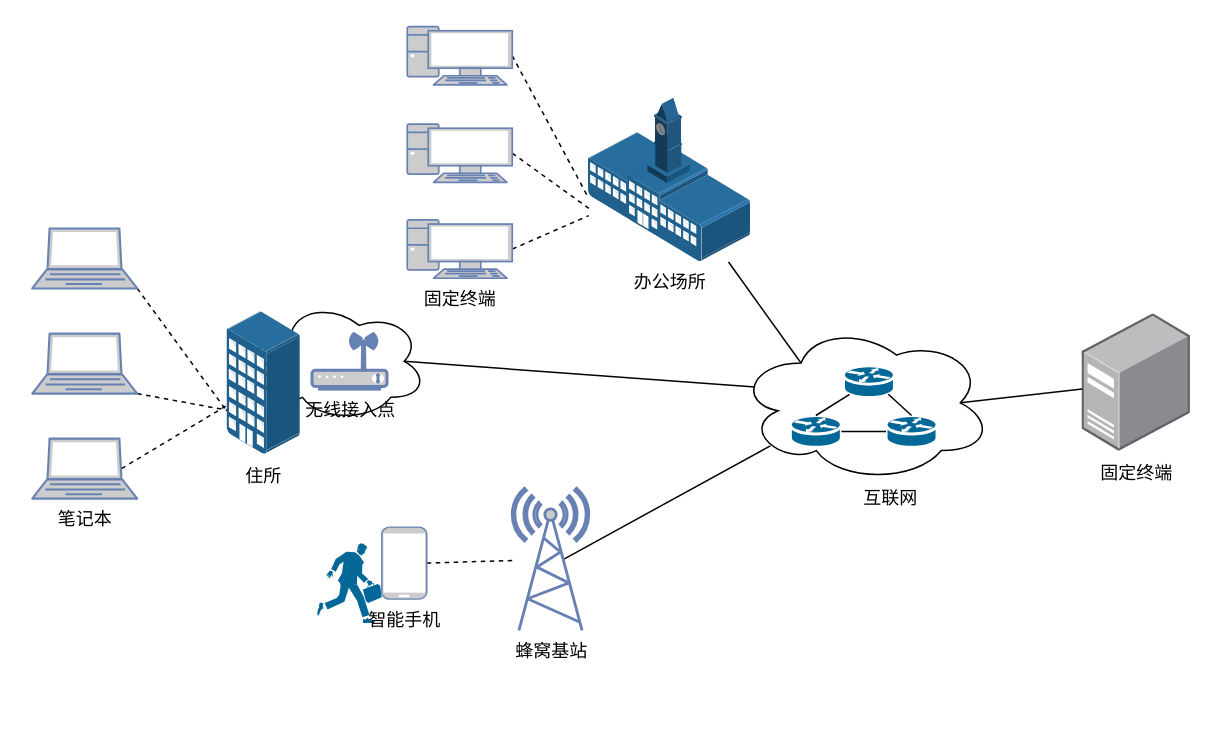
The draw.io diagram page "动态网络场景图" (3 of 6) of 移动互联网场景图.drawio in Icarus1994/neutron_conf, before the edit. Source tidied: cells renumbered, new cells numbered last; positions are measured from the earlier drawing's top-left corner, leaving out a move shared by most shapes. Both pictures are drawn from the tidied source at 150%, with x=0, y=0 at pixel (32, 26). Pictures stored in the file or linked from it are replaced by grey dashed boxes.
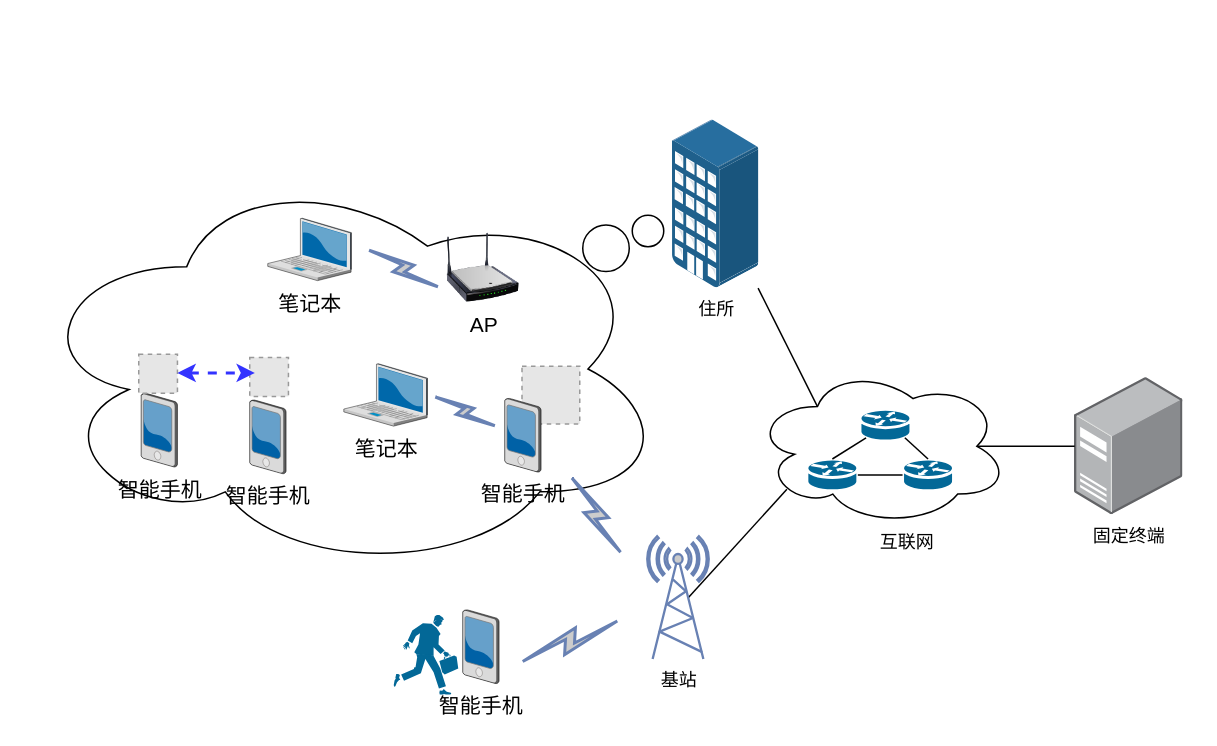
Above is the later version.

Unchanged cells that the change refers to:
```xml
<mxCell id="33" style="ellipse;shape=cloud;whiteSpace=wrap;html=1;rounded=0;shadow=0;strokeColor=#000000;fillColor=none;gradientColor=none;" parent="26" vertex="1">
  <mxGeometry width="170" height="106.1" as="geometry" />
</mxCell>
```

What changed in the source:
```diff
@@
+    <mxCell id="36" style="ellipse;shape=cloud;whiteSpace=wrap;html=1;" parent="1" vertex="1">
+      <mxGeometry x="-4" y="92" width="428" height="273" as="geometry" />
+    </mxCell>
+    <mxCell id="37" style="fillColor=#E6E6E6;strokeColor=#999999;dashed=1;verticalLabelPosition=bottom;verticalAlign=top;" parent="1" vertex="1">
+      <mxGeometry x="326.5" y="226.6" width="38.5" height="38.5" as="geometry" />
+    </mxCell>
-    <mxCell id="2" style="edgeStyle=none;rounded=0;jettySize=auto;html=1;exitX=0.875;exitY=0.5;exitDx=0;exitDy=0;exitPerimeter=0;entryX=0.07;entryY=0.4;entryDx=0;entryDy=0;entryPerimeter=0;startArrow=none;startFill=0;endArrow=none;endFill=0;" parent="1" edge="1" source="3" target="33">
+    <mxCell id="2" style="edgeStyle=none;rounded=0;jettySize=auto;html=1;entryX=0.25;entryY=0.25;entryDx=0;entryDy=0;entryPerimeter=0;startArrow=none;startFill=0;endArrow=none;endFill=0;" parent="1" edge="1" source="5" target="33">
       <mxGeometry relative="1" as="geometry" />
     </mxCell>
-    <mxCell id="3" style="ellipse;shape=cloud;whiteSpace=wrap;html=1;rounded=0;shadow=0;strokeColor=#000000;fillColor=none;gradientColor=none;" parent="1" vertex="1">
-      <mxGeometry x="143" y="183.4" width="120" height="80" as="geometry" />
-    </mxCell>
-    <mxCell id="4" value="办公场所" style="points=[];html=1;align=center;shadow=0;dashed=0;image;image=img/lib/allied_telesis/buildings/School_Building.svg;rounded=0;strokeColor=#000000;fillColor=none;gradientColor=none;" parent="1" vertex="1">
-      <mxGeometry x="371" y="48" width="108" height="109.2" as="geometry" />
-    </mxCell>
     <mxCell id="5" value="住所" style="points=[];html=1;align=center;shadow=0;dashed=0;image;image=img/lib/allied_telesis/buildings/Apartments.svg;rounded=0;strokeColor=#000000;fillColor=none;gradientColor=none;" parent="1" vertex="1">
-      <mxGeometry x="130" y="190.5" width="48.9" height="95" as="geometry" />
+      <mxGeometry x="427" y="62.6" width="57.6" height="112" as="geometry" />
     </mxCell>
     <mxCell id="6" style="shape=mxgraph.cisco.people.running_man;html=1;dashed=0;fillColor=#036897;strokeColor=#ffffff;strokeWidth=2;verticalLabelPosition=bottom;verticalAlign=top;align=center;rounded=0;shadow=0;" parent="1" vertex="1">
-      <mxGeometry x="190" y="344.9" width="43" height="53" as="geometry" />
+      <mxGeometry x="241" y="392.5" width="43" height="53" as="geometry" />
     </mxCell>
-    <mxCell id="7" style="edgeStyle=none;rounded=0;jettySize=auto;html=1;exitX=0.25;exitY=0.25;exitDx=0;exitDy=0;exitPerimeter=0;startArrow=none;startFill=0;endArrow=none;endFill=0;" parent="1" edge="1" source="33" target="4">
-      <mxGeometry relative="1" as="geometry" />
-    </mxCell>
-    <mxCell id="8" style="edgeStyle=none;rounded=0;jettySize=auto;html=1;exitX=1;exitY=0.5;exitDx=0;exitDy=0;exitPerimeter=0;dashed=1;startArrow=none;startFill=0;endArrow=none;endFill=0;entryX=-0.009;entryY=0.595;entryDx=0;entryDy=0;entryPerimeter=0;" parent="1" edge="1" source="9" target="4">
-      <mxGeometry relative="1" as="geometry" />
-    </mxCell>
-    <mxCell id="9" style="fontColor=#0066CC;verticalAlign=top;verticalLabelPosition=bottom;labelPosition=center;align=center;html=1;outlineConnect=0;fillColor=#CCCCCC;strokeColor=#6881B3;gradientColor=none;gradientDirection=north;strokeWidth=2;shape=mxgraph.networks.pc;rounded=0;shadow=0;" parent="1" vertex="1">
-      <mxGeometry x="250" y="0.2" width="70" height="38.9" as="geometry" />
-    </mxCell>
-    <mxCell id="10" style="edgeStyle=none;rounded=0;jettySize=auto;html=1;exitX=1;exitY=0.5;exitDx=0;exitDy=0;exitPerimeter=0;dashed=1;startArrow=none;startFill=0;endArrow=none;endFill=0;" parent="1" edge="1" source="11" target="4">
-      <mxGeometry relative="1" as="geometry" />
-    </mxCell>
-    <mxCell id="11" value="&lt;font color=&quot;#000000&quot;&gt;固定终端&lt;/font&gt;" style="fontColor=#0066CC;verticalAlign=top;verticalLabelPosition=bottom;labelPosition=center;align=center;html=1;outlineConnect=0;fillColor=#CCCCCC;strokeColor=#6881B3;gradientColor=none;gradientDirection=north;strokeWidth=2;shape=mxgraph.networks.pc;rounded=0;shadow=0;" parent="1" vertex="1">
-      <mxGeometry x="250" y="129.1" width="70" height="38.9" as="geometry" />
-    </mxCell>
-    <mxCell id="12" style="edgeStyle=none;rounded=0;jettySize=auto;html=1;exitX=1;exitY=0.5;exitDx=0;exitDy=0;exitPerimeter=0;dashed=1;startArrow=none;startFill=0;endArrow=none;endFill=0;entryX=0.009;entryY=0.678;entryDx=0;entryDy=0;entryPerimeter=0;" parent="1" edge="1" source="13" target="4">
-      <mxGeometry relative="1" as="geometry" />
-    </mxCell>
-    <mxCell id="13" style="fontColor=#0066CC;verticalAlign=top;verticalLabelPosition=bottom;labelPosition=center;align=center;html=1;outlineConnect=0;fillColor=#CCCCCC;strokeColor=#6881B3;gradientColor=none;gradientDirection=north;strokeWidth=2;shape=mxgraph.networks.pc;rounded=0;shadow=0;" parent="1" vertex="1">
-      <mxGeometry x="250" y="65.2" width="70" height="38.9" as="geometry" />
-    </mxCell>
-    <mxCell id="14" style="edgeStyle=none;rounded=0;jettySize=auto;html=1;exitX=0.85;exitY=0.5;exitDx=0;exitDy=0;exitPerimeter=0;dashed=1;startArrow=none;startFill=0;endArrow=none;endFill=0;" parent="1" edge="1" source="15" target="5">
-      <mxGeometry relative="1" as="geometry" />
-    </mxCell>
-    <mxCell id="15" value="&lt;font color=&quot;#000000&quot;&gt;笔记本&lt;/font&gt;" style="fontColor=#0066CC;verticalAlign=top;verticalLabelPosition=bottom;labelPosition=center;align=center;html=1;outlineConnect=0;fillColor=#CCCCCC;strokeColor=#6881B3;gradientColor=none;gradientDirection=north;strokeWidth=2;shape=mxgraph.networks.laptop;rounded=0;shadow=0;" parent="1" vertex="1">
-      <mxGeometry y="274.9" width="70" height="40" as="geometry" />
-    </mxCell>
-    <mxCell id="16" value="&lt;font color=&quot;#000000&quot;&gt;无线接入点&lt;/font&gt;" style="fontColor=#0066CC;verticalAlign=top;verticalLabelPosition=bottom;labelPosition=center;align=center;html=1;fillColor=#CCCCCC;strokeColor=#6881B3;gradientColor=none;gradientDirection=north;strokeWidth=2;shape=mxgraph.networks.wireless_modem;rounded=0;shadow=0;" parent="1" vertex="1">
-      <mxGeometry x="186.5" y="204.9" width="50" height="37" as="geometry" />
-    </mxCell>
-    <mxCell id="17" style="edgeStyle=none;rounded=0;jettySize=auto;html=1;exitX=1;exitY=0.5;exitDx=0;exitDy=0;exitPerimeter=0;startArrow=none;startFill=0;endArrow=none;endFill=0;dashed=1;" parent="1" edge="1" source="18" target="20">
-      <mxGeometry relative="1" as="geometry" />
-    </mxCell>
-    <mxCell id="18" value="&lt;font color=&quot;#000000&quot;&gt;智能手机&lt;/font&gt;" style="fontColor=#0066CC;verticalAlign=top;verticalLabelPosition=bottom;labelPosition=center;align=center;html=1;outlineConnect=0;fillColor=#CCCCCC;strokeColor=#6881B3;gradientColor=none;gradientDirection=north;strokeWidth=2;shape=mxgraph.networks.mobile;rounded=0;shadow=0;" parent="1" vertex="1">
-      <mxGeometry x="233" y="333.9" width="30" height="48" as="geometry" />
-    </mxCell>
@@
-    <mxCell id="20" value="&lt;font color=&quot;#000000&quot;&gt;蜂窝基站&lt;/font&gt;" style="fontColor=#0066CC;verticalAlign=top;verticalLabelPosition=bottom;labelPosition=center;align=center;html=1;outlineConnect=0;fillColor=#CCCCCC;strokeColor=#6881B3;gradientColor=none;gradientDirection=north;strokeWidth=2;shape=mxgraph.networks.radio_tower;rounded=0;shadow=0;" parent="1" vertex="1">
-      <mxGeometry x="320" y="308" width="51" height="94.8" as="geometry" />
+    <mxCell id="20" value="&lt;font color=&quot;#000000&quot;&gt;基站&lt;/font&gt;" style="fontColor=#0066CC;verticalAlign=top;verticalLabelPosition=bottom;labelPosition=center;align=center;html=1;outlineConnect=0;fillColor=#CCCCCC;strokeColor=#6881B3;gradientColor=none;gradientDirection=north;strokeWidth=2;shape=mxgraph.networks.radio_tower;rounded=0;shadow=0;" parent="1" vertex="1">
+      <mxGeometry x="410" y="340" width="41" height="81.8" as="geometry" />
     </mxCell>
-    <mxCell id="21" style="edgeStyle=none;rounded=0;jettySize=auto;html=1;exitX=1;exitY=1;exitDx=0;exitDy=0;exitPerimeter=0;entryX=0;entryY=0.689;entryDx=0;entryDy=0;entryPerimeter=0;dashed=1;startArrow=none;startFill=0;endArrow=none;endFill=0;" parent="1" edge="1" source="22" target="5">
-      <mxGeometry relative="1" as="geometry" />
-    </mxCell>
-    <mxCell id="22" style="fontColor=#0066CC;verticalAlign=top;verticalLabelPosition=bottom;labelPosition=center;align=center;html=1;outlineConnect=0;fillColor=#CCCCCC;strokeColor=#6881B3;gradientColor=none;gradientDirection=north;strokeWidth=2;shape=mxgraph.networks.laptop;rounded=0;shadow=0;" parent="1" vertex="1">
-      <mxGeometry y="204.9" width="70" height="40" as="geometry" />
-    </mxCell>
-    <mxCell id="23" style="edgeStyle=none;rounded=0;jettySize=auto;html=1;exitX=1;exitY=1;exitDx=0;exitDy=0;exitPerimeter=0;startArrow=none;startFill=0;endArrow=none;endFill=0;dashed=1;entryX=0;entryY=0.7;entryDx=0;entryDy=0;entryPerimeter=0;" parent="1" edge="1" source="24" target="5">
-      <mxGeometry relative="1" as="geometry" />
-    </mxCell>
-    <mxCell id="24" style="fontColor=#0066CC;verticalAlign=top;verticalLabelPosition=bottom;labelPosition=center;align=center;html=1;outlineConnect=0;fillColor=#CCCCCC;strokeColor=#6881B3;gradientColor=none;gradientDirection=north;strokeWidth=2;shape=mxgraph.networks.laptop;rounded=0;shadow=0;" parent="1" vertex="1">
-      <mxGeometry y="134.8" width="70" height="40" as="geometry" />
-    </mxCell>
     <mxCell id="25" value="固定终端" style="points=[];html=1;align=center;shadow=0;dashed=0;image;image=img/lib/allied_telesis/computer_and_terminals/Server_Desktop.svg;rounded=0;strokeColor=#000000;fillColor=none;gradientColor=none;" parent="1" vertex="1">
-      <mxGeometry x="700" y="191.8" width="72.3" height="91.7" as="geometry" />
+      <mxGeometry x="695" y="234.2" width="72.3" height="91.7" as="geometry" />
     </mxCell>
     <mxCell id="26" style="group;" parent="1" vertex="1">
-      <mxGeometry x="470" y="198" width="170" height="121" as="geometry" />
+      <mxGeometry x="481" y="227" width="170" height="121" as="geometry" />
     </mxCell>
@@
+    <mxCell id="38" value="&lt;font style=&quot;font-size: 14px&quot;&gt;智能手机&lt;/font&gt;" style="verticalLabelPosition=bottom;html=1;verticalAlign=top;strokeColor=none;align=center;shape=mxgraph.citrix.pda;" parent="1" vertex="1">
+      <mxGeometry x="287" y="389" width="24.2" height="49.3" as="geometry" />
+    </mxCell>
+    <mxCell id="39" value="&lt;font style=&quot;font-size: 14px&quot;&gt;AP&lt;/font&gt;" style="image;html=1;labelBackgroundColor=#ffffff;image=img/lib/clip_art/networking/Wireless_Router_N_128x128.png;" parent="1" vertex="1">
+      <mxGeometry x="275" y="138" width="51.5" height="46" as="geometry" />
+    </mxCell>
+    <mxCell id="40" value="&lt;font style=&quot;font-size: 14px&quot;&gt;笔记本&lt;/font&gt;" style="verticalLabelPosition=bottom;html=1;verticalAlign=top;strokeColor=none;align=center;shape=mxgraph.citrix.laptop_2;" parent="1" vertex="1">
+      <mxGeometry x="207.7" y="225" width="55.8" height="41.6" as="geometry" />
+    </mxCell>
+    <mxCell id="41" value="&lt;font style=&quot;font-size: 14px&quot;&gt;智能手机&lt;/font&gt;" style="verticalLabelPosition=bottom;html=1;verticalAlign=top;strokeColor=none;align=center;shape=mxgraph.citrix.pda;" parent="1" vertex="1">
+      <mxGeometry x="315" y="248" width="24.2" height="49.3" as="geometry" />
+    </mxCell>
+    <mxCell id="42" style="html=1;outlineConnect=0;fillColor=#CCCCCC;strokeColor=#6881B3;gradientColor=none;gradientDirection=north;strokeWidth=2;shape=mxgraph.networks.comm_link_edge;html=1;endArrow=none;endFill=0;" parent="1" edge="1">
+      <mxGeometry relative="1" as="geometry">
+        <mxPoint x="266.5" y="246.1" as="sourcePoint" />
+        <mxPoint x="310.6" y="267.4" as="targetPoint" />
+        <Array as="points">
+          <mxPoint x="274.6" y="251.4" />
+        </Array>
+      </mxGeometry>
+    </mxCell>
+    <mxCell id="43" style="html=1;outlineConnect=0;fillColor=#CCCCCC;strokeColor=#6881B3;gradientColor=none;gradientDirection=north;strokeWidth=2;shape=mxgraph.networks.comm_link_edge;html=1;endArrow=none;endFill=0;" parent="1" edge="1">
+      <mxGeometry relative="1" as="geometry">
+        <mxPoint x="323.5" y="425" as="sourcePoint" />
+        <mxPoint x="393.5" y="395" as="targetPoint" />
+        <Array as="points">
+          <mxPoint x="351" y="425" />
+        </Array>
+      </mxGeometry>
+    </mxCell>
+    <mxCell id="44" value="&lt;font style=&quot;font-size: 14px&quot;&gt;智能手机&lt;/font&gt;" style="verticalLabelPosition=bottom;html=1;verticalAlign=top;strokeColor=none;align=center;shape=mxgraph.citrix.pda;" parent="1" vertex="1">
+      <mxGeometry x="72.6" y="244.6" width="24.2" height="49.3" as="geometry" />
+    </mxCell>
+    <mxCell id="45" style="fillColor=#E6E6E6;strokeColor=#999999;dashed=1;verticalLabelPosition=bottom;verticalAlign=top;" parent="1" vertex="1">
+      <mxGeometry x="71" y="218.6" width="25.8" height="26" as="geometry" />
+    </mxCell>
+    <mxCell id="46" value="&lt;font style=&quot;font-size: 14px&quot;&gt;智能手机&lt;/font&gt;" style="verticalLabelPosition=bottom;html=1;verticalAlign=top;strokeColor=none;align=center;shape=mxgraph.citrix.pda;" parent="1" vertex="1">
+      <mxGeometry x="145" y="249.1" width="24.2" height="49.3" as="geometry" />
+    </mxCell>
+    <mxCell id="47" style="fillColor=#E6E6E6;strokeColor=#999999;dashed=1;verticalLabelPosition=bottom;verticalAlign=top;" parent="1" vertex="1">
+      <mxGeometry x="145" y="220.8" width="25.8" height="26" as="geometry" />
+    </mxCell>
+    <mxCell id="48" style="endArrow=classic;dashed=1;html=1;strokeWidth=2;strokeColor=#3333FF;startArrow=classic;startFill=1;endFill=1;" parent="1" edge="1">
+      <mxGeometry relative="1" as="geometry">
+        <mxPoint x="96.8" y="231.1" as="sourcePoint" />
+        <mxPoint x="148.4" y="231.1" as="targetPoint" />
+      </mxGeometry>
+    </mxCell>
+    <mxCell id="49" value="&lt;font style=&quot;font-size: 14px&quot;&gt;笔记本&lt;/font&gt;" style="verticalLabelPosition=bottom;html=1;verticalAlign=top;strokeColor=none;align=center;shape=mxgraph.citrix.laptop_2;" parent="1" vertex="1">
+      <mxGeometry x="157" y="128" width="55.8" height="41.6" as="geometry" />
+    </mxCell>
+    <mxCell id="50" style="ellipse;whiteSpace=wrap;html=1;" parent="1" vertex="1">
+      <mxGeometry x="367" y="132.5" width="31" height="31" as="geometry" />
+    </mxCell>
+    <mxCell id="51" style="html=1;outlineConnect=0;fillColor=#CCCCCC;strokeColor=#6881B3;gradientColor=none;gradientDirection=north;strokeWidth=2;shape=mxgraph.networks.comm_link_edge;html=1;endArrow=none;endFill=0;" parent="1" edge="1">
+      <mxGeometry relative="1" as="geometry">
+        <mxPoint x="358" y="298.4" as="sourcePoint" />
+        <mxPoint x="394" y="353.4" as="targetPoint" />
+        <Array as="points">
+          <mxPoint x="358" y="337.4" />
+        </Array>
+      </mxGeometry>
+    </mxCell>
+    <mxCell id="52" style="ellipse;whiteSpace=wrap;html=1;" parent="1" vertex="1">
+      <mxGeometry x="400" y="126" width="21" height="21" as="geometry" />
+    </mxCell>
+    <mxCell id="53" style="html=1;outlineConnect=0;fillColor=#CCCCCC;strokeColor=#6881B3;gradientColor=none;gradientDirection=north;strokeWidth=2;shape=mxgraph.networks.comm_link_edge;html=1;endArrow=none;endFill=0;" parent="1" edge="1">
+      <mxGeometry relative="1" as="geometry">
+        <mxPoint x="222" y="148" as="sourcePoint" />
+        <mxPoint x="273" y="175" as="targetPoint" />
+        <Array as="points">
+          <mxPoint x="214" y="175" />
+        </Array>
+      </mxGeometry>
+    </mxCell>
```
